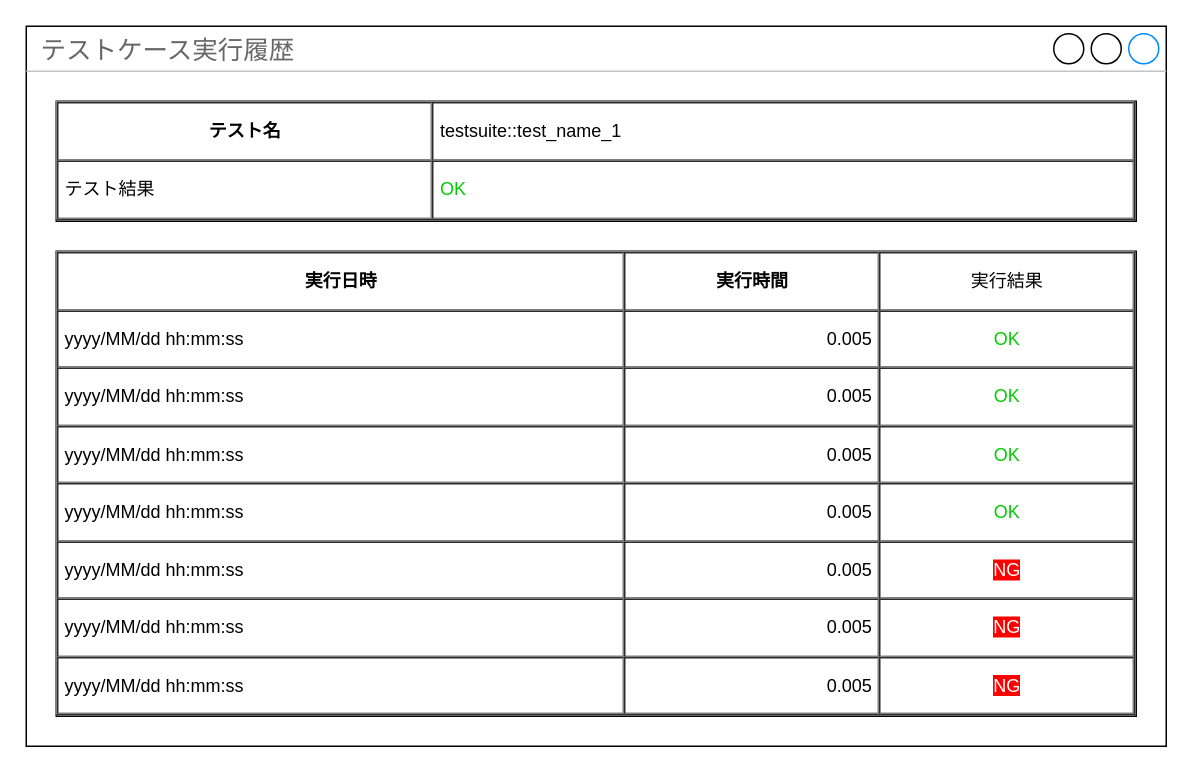
Earlier version of the draw.io diagram page "結果ページ" (2 of 2) of google_test/google_test_gui/doc/gtest_gui_view_layout.drawio (CountrySideEngineer/TestSupportTools). Source tidied: cells renumbered, new cells numbered last; positions are measured from the earlier drawing's top-left corner, leaving out a move shared by most shapes. Both pictures are drawn from the tidied source at 150%, with x=0, y=0 at pixel (26, 26).
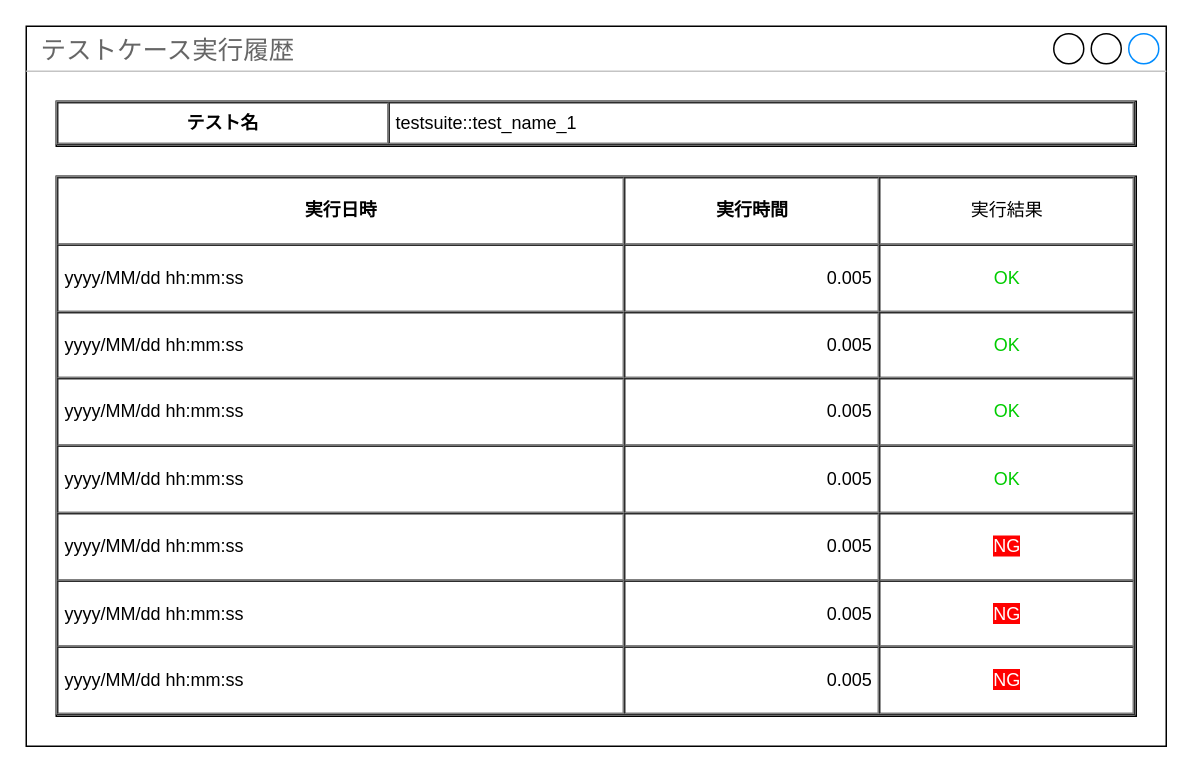
The same diagram, later.

Commit message (it also covers changes not shown here):
Update view layout. -Remove area to show "test result" from test result history view.

The edit, as a diff of the source:
```diff
@@
 <mxGraphModel>
   <root>
     <mxCell id="0" />
     <mxCell id="1" parent="0" />
     <mxCell id="2" value="テストケース実行履歴" style="strokeWidth=1;shadow=0;dashed=0;align=center;html=1;shape=mxgraph.mockup.containers.window;align=left;verticalAlign=top;spacingLeft=8;strokeColor2=#008cff;strokeColor3=#c4c4c4;fontColor=#666666;mainText=;fontSize=17;labelBackgroundColor=none;" parent="1" vertex="1">
       <mxGeometry width="760" height="480" as="geometry" />
     </mxCell>
     <mxCell id="3" value="&lt;table cellpadding=&quot;4&quot; cellspacing=&quot;0&quot; border=&quot;1&quot; style=&quot;font-size: 1em ; width: 100% ; height: 100%&quot;&gt;&lt;tbody&gt;&lt;tr&gt;&lt;th style=&quot;text-align: center&quot;&gt;実行日時&lt;/th&gt;&lt;th style=&quot;text-align: center&quot;&gt;実行時間&lt;/th&gt;&lt;td style=&quot;text-align: center&quot;&gt;実行結果&lt;/td&gt;&lt;/tr&gt;&lt;tr&gt;&lt;td&gt;yyyy/MM/dd hh:mm:ss&lt;/td&gt;&lt;td style=&quot;text-align: right&quot;&gt;0.005&lt;/td&gt;&lt;td style=&quot;text-align: center&quot;&gt;&lt;font color=&quot;#00cc00&quot;&gt;OK&lt;/font&gt;&lt;/td&gt;&lt;/tr&gt;&lt;tr&gt;&lt;td style=&quot;line-height: 100%&quot;&gt;yyyy/MM/dd hh:mm:ss&lt;br&gt;&lt;/td&gt;&lt;td style=&quot;text-align: right&quot;&gt;0.005&lt;br&gt;&lt;/td&gt;&lt;td style=&quot;text-align: center&quot;&gt;&lt;font color=&quot;#00cc00&quot;&gt;OK&lt;/font&gt;&lt;br&gt;&lt;/td&gt;&lt;/tr&gt;&lt;tr&gt;&lt;td&gt;yyyy/MM/dd hh:mm:ss&lt;br&gt;&lt;/td&gt;&lt;td style=&quot;text-align: right&quot;&gt;0.005&lt;br&gt;&lt;/td&gt;&lt;td style=&quot;text-align: center&quot;&gt;&lt;font color=&quot;#00cc00&quot;&gt;OK&lt;/font&gt;&lt;br&gt;&lt;/td&gt;&lt;/tr&gt;&lt;tr&gt;&lt;td&gt;yyyy/MM/dd hh:mm:ss&lt;br&gt;&lt;/td&gt;&lt;td style=&quot;text-align: right&quot;&gt;0.005&lt;br&gt;&lt;/td&gt;&lt;td style=&quot;text-align: center&quot;&gt;&lt;font color=&quot;#00cc00&quot;&gt;OK&lt;/font&gt;&lt;br&gt;&lt;/td&gt;&lt;/tr&gt;&lt;tr&gt;&lt;td&gt;yyyy/MM/dd hh:mm:ss&lt;br&gt;&lt;/td&gt;&lt;td style=&quot;text-align: right&quot;&gt;0.005&lt;br&gt;&lt;/td&gt;&lt;td style=&quot;text-align: center&quot;&gt;&lt;span style=&quot;background-color: rgb(255 , 0 , 0)&quot;&gt;&lt;font color=&quot;#ffffff&quot;&gt;NG&lt;/font&gt;&lt;/span&gt;&lt;/td&gt;&lt;/tr&gt;&lt;tr&gt;&lt;td&gt;yyyy/MM/dd hh:mm:ss&lt;br&gt;&lt;/td&gt;&lt;td style=&quot;text-align: right&quot;&gt;0.005&lt;br&gt;&lt;/td&gt;&lt;td style=&quot;text-align: center&quot;&gt;&lt;span style=&quot;background-color: rgb(255 , 0 , 0)&quot;&gt;&lt;font color=&quot;#ffffff&quot;&gt;NG&lt;/font&gt;&lt;/span&gt;&lt;/td&gt;&lt;/tr&gt;&lt;tr&gt;&lt;td&gt;yyyy/MM/dd hh:mm:ss&lt;br&gt;&lt;/td&gt;&lt;td style=&quot;text-align: right&quot;&gt;0.005&lt;br&gt;&lt;/td&gt;&lt;td style=&quot;text-align: center&quot;&gt;&lt;font color=&quot;#ffffff&quot; style=&quot;background-color: rgb(255 , 0 , 0)&quot;&gt;NG&lt;/font&gt;&lt;/td&gt;&lt;/tr&gt;&lt;/tbody&gt;&lt;/table&gt; " style="verticalAlign=top;align=left;overflow=fill;fontSize=12;fontFamily=Helvetica;html=1;spacing=2;" parent="1" vertex="1">
-      <mxGeometry x="20" y="150" width="720" height="310" as="geometry" />
+      <mxGeometry x="20" y="100" width="720" height="360" as="geometry" />
     </mxCell>
-    <mxCell id="4" value="&lt;table cellpadding=&quot;4&quot; cellspacing=&quot;0&quot; border=&quot;1&quot; style=&quot;font-size: 1em ; width: 100% ; height: 100%&quot;&gt;&lt;tbody&gt;&lt;tr&gt;&lt;th style=&quot;text-align: center&quot;&gt;テスト名&lt;/th&gt;&lt;td&gt;testsuite::test_name_1&lt;/td&gt;&lt;/tr&gt;&lt;tr&gt;&lt;td&gt;テスト結果&lt;/td&gt;&lt;td&gt;&lt;font color=&quot;#00cc00&quot;&gt;OK&lt;/font&gt;&lt;/td&gt;&lt;/tr&gt;&lt;/tbody&gt;&lt;/table&gt;" style="verticalAlign=top;align=left;overflow=fill;fontSize=12;fontFamily=Helvetica;html=1;" parent="1" vertex="1">
-      <mxGeometry x="20" y="50" width="720" height="80" as="geometry" />
+    <mxCell id="4" value="&lt;table cellpadding=&quot;4&quot; cellspacing=&quot;0&quot; border=&quot;1&quot; style=&quot;font-size: 1em ; width: 100% ; height: 100%&quot;&gt;&lt;tbody&gt;&lt;tr&gt;&lt;th style=&quot;text-align: center&quot;&gt;テスト名&lt;/th&gt;&lt;td&gt;testsuite::test_name_1&lt;/td&gt;&lt;/tr&gt;&lt;/tbody&gt;&lt;/table&gt;" style="verticalAlign=top;align=left;overflow=fill;fontSize=12;fontFamily=Helvetica;html=1;" parent="1" vertex="1">
+      <mxGeometry x="20" y="50" width="720" height="30" as="geometry" />
     </mxCell>
   </root>
 </mxGraphModel>
```
